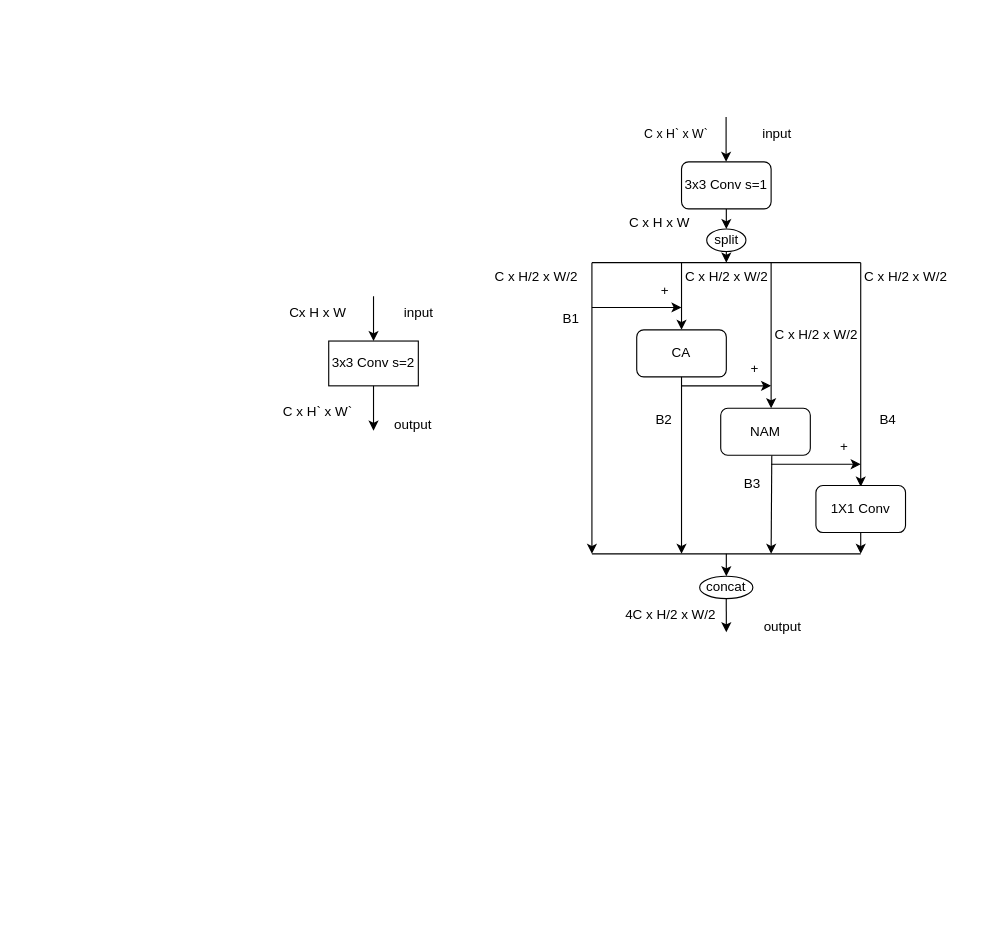
recluse99/tcp_ip keeps this draw.io diagram as Untitled Diagram.drawio. Above is the earlier version. Source tidied: cells renumbered, new cells numbered last; positions are measured from the earlier drawing's top-left corner, leaving out a move shared by most shapes. Both pictures are drawn from the tidied source at 112%, with x=0, y=0 at pixel (267, 116).
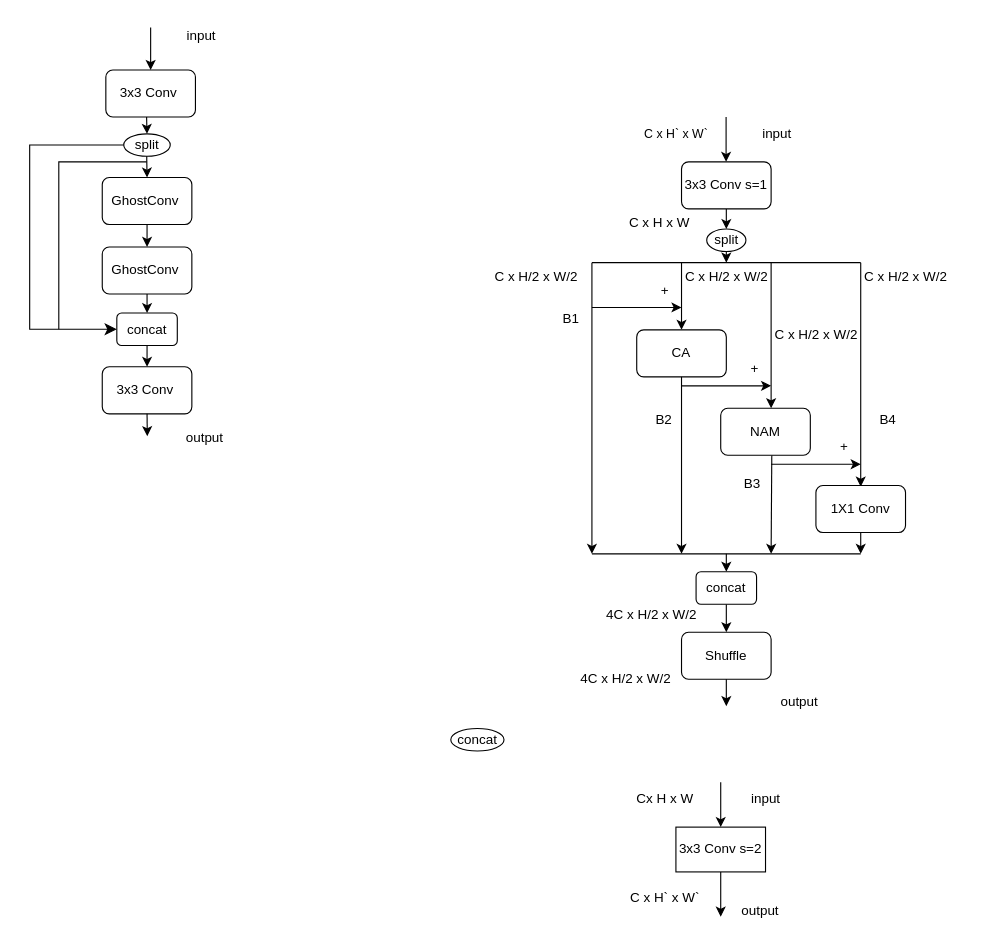
The same page after the edit.

Diff of the diagram source:
```diff
@@
     <mxCell id="2" style="endArrow=classic;html=1;rounded=0;entryX=0.5;entryY=0;entryDx=0;entryDy=0;entryPerimeter=0;" parent="1" edge="1">
       <mxGeometry relative="1" as="geometry">
-        <mxPoint x="95" y="160" as="sourcePoint" />
-        <mxPoint x="95" y="200" as="targetPoint" />
+        <mxPoint x="405" y="594" as="sourcePoint" />
+        <mxPoint x="405" y="634" as="targetPoint" />
       </mxGeometry>
     </mxCell>
     <mxCell id="3" value="3x3 Conv s=2" style="rounded=0;whiteSpace=wrap;html=1;" parent="1" vertex="1">
-      <mxGeometry x="55" y="200" width="80" height="40" as="geometry" />
+      <mxGeometry x="365" y="634" width="80" height="40" as="geometry" />
     </mxCell>
     <mxCell id="4" value="input" style="text;html=1;align=center;verticalAlign=middle;strokeColor=none;fillColor=none;" parent="1" vertex="1">
-      <mxGeometry x="110" y="160" width="50" height="30" as="geometry" />
+      <mxGeometry x="420" y="594" width="50" height="30" as="geometry" />
     </mxCell>
     <mxCell id="5" value="Cx H x W" style="text;html=1;align=center;verticalAlign=middle;strokeColor=none;fillColor=none;" parent="1" vertex="1">
-      <mxGeometry x="10" y="160" width="70" height="30" as="geometry" />
+      <mxGeometry x="320" y="594" width="70" height="30" as="geometry" />
     </mxCell>
     <mxCell id="6" style="endArrow=classic;html=1;rounded=0;exitX=0.5;exitY=1;exitDx=0;exitDy=0;" parent="1" edge="1" source="3">
       <mxGeometry relative="1" as="geometry">
-        <mxPoint x="95" y="280" as="targetPoint" />
+        <mxPoint x="405" y="714" as="targetPoint" />
       </mxGeometry>
     </mxCell>
     <mxCell id="7" value="C x H` x W`" style="text;html=1;align=center;verticalAlign=middle;strokeColor=none;fillColor=none;" parent="1" vertex="1">
-      <mxGeometry y="248" width="90" height="30" as="geometry" />
+      <mxGeometry x="310" y="682" width="90" height="30" as="geometry" />
     </mxCell>
@@
-    <mxCell id="34" style="endArrow=classic;html=1;rounded=0;" parent="1" edge="1">
+    <mxCell id="34" style="endArrow=classic;html=1;rounded=0;entryX=0.5;entryY=0;entryDx=0;entryDy=0;" parent="1" edge="1" target="48">
       <mxGeometry relative="1" as="geometry">
         <mxPoint x="410" y="390" as="sourcePoint" />
-        <mxPoint x="410" y="410" as="targetPoint" />
       </mxGeometry>
     </mxCell>
     <mxCell id="35" value="concat&lt;br&gt;" style="ellipse;whiteSpace=wrap;html=1;" parent="1" vertex="1">
-      <mxGeometry x="386.2" y="410" width="47.5" height="20" as="geometry" />
+      <mxGeometry x="164" y="546" width="47.5" height="20" as="geometry" />
     </mxCell>
-    <mxCell id="36" style="endArrow=classic;html=1;rounded=0;exitX=0.5;exitY=1;exitDx=0;exitDy=0;" parent="1" edge="1" source="35">
-      <mxGeometry relative="1" as="geometry">
-        <mxPoint x="410" y="460" as="targetPoint" />
-      </mxGeometry>
+    <mxCell id="36" style="endArrow=classic;html=1;rounded=0;exitX=0.5;exitY=1;exitDx=0;exitDy=0;entryX=0.5;entryY=0;entryDx=0;entryDy=0;" parent="1" edge="1" source="48" target="49">
+      <mxGeometry relative="1" as="geometry" />
     </mxCell>
     <mxCell id="37" value="4C x H/2 x W/2" style="text;html=1;align=center;verticalAlign=middle;strokeColor=none;fillColor=none;" parent="1" vertex="1">
-      <mxGeometry x="310" y="430" width="100" height="30" as="geometry" />
+      <mxGeometry x="292.5" y="430" width="100" height="30" as="geometry" />
     </mxCell>
     <mxCell id="38" value="output&lt;br&gt;" style="text;html=1;align=center;verticalAlign=middle;strokeColor=none;fillColor=none;" parent="1" vertex="1">
-      <mxGeometry x="430" y="440" width="60" height="30" as="geometry" />
+      <mxGeometry x="445" y="507" width="60" height="30" as="geometry" />
     </mxCell>
     <mxCell id="39" value="output&lt;br&gt;" style="text;html=1;align=center;verticalAlign=middle;strokeColor=none;fillColor=none;" parent="1" vertex="1">
-      <mxGeometry x="100" y="260" width="60" height="30" as="geometry" />
+      <mxGeometry x="410" y="694" width="60" height="30" as="geometry" />
     </mxCell>
@@
+    <mxCell id="48" value="concat" style="rounded=1;whiteSpace=wrap;html=1;" parent="1" vertex="1">
+      <mxGeometry x="383" y="406" width="54" height="29" as="geometry" />
+    </mxCell>
+    <mxCell id="49" value="Shuffle" style="rounded=1;whiteSpace=wrap;html=1;" parent="1" vertex="1">
+      <mxGeometry x="370" y="460" width="80" height="42" as="geometry" />
+    </mxCell>
+    <mxCell id="50" value="4C x H/2 x W/2" style="text;html=1;align=center;verticalAlign=middle;strokeColor=none;fillColor=none;" parent="1" vertex="1">
+      <mxGeometry x="270" y="487" width="100" height="30" as="geometry" />
+    </mxCell>
+    <mxCell id="51" style="endArrow=classic;html=1;rounded=0;exitX=0.5;exitY=1;exitDx=0;exitDy=0;" parent="1" edge="1" source="49">
+      <mxGeometry relative="1" as="geometry">
+        <mxPoint x="410" y="526" as="targetPoint" />
+      </mxGeometry>
+    </mxCell>
+    <mxCell id="52" value="3x3 Conv&amp;nbsp;" style="rounded=1;whiteSpace=wrap;html=1;" parent="1" vertex="1">
+      <mxGeometry x="-144" y="-42" width="80" height="42" as="geometry" />
+    </mxCell>
+    <mxCell id="53" value="split" style="ellipse;whiteSpace=wrap;html=1;" parent="1" vertex="1">
+      <mxGeometry x="-128" y="15" width="41.5" height="20" as="geometry" />
+    </mxCell>
+    <mxCell id="54" style="endArrow=classic;html=1;rounded=0;entryX=0.5;entryY=0;entryDx=0;entryDy=0;" parent="1" edge="1" target="52">
+      <mxGeometry relative="1" as="geometry">
+        <mxPoint x="-104" y="-80" as="sourcePoint" />
+      </mxGeometry>
+    </mxCell>
+    <mxCell id="55" style="endArrow=classic;html=1;rounded=0;entryX=0.5;entryY=0;entryDx=0;entryDy=0;exitX=0.455;exitY=0.997;exitDx=0;exitDy=0;exitPerimeter=0;" parent="1" edge="1" source="52" target="53">
+      <mxGeometry relative="1" as="geometry" />
+    </mxCell>
+    <mxCell id="56" value="GhostConv&amp;nbsp;" style="rounded=1;whiteSpace=wrap;html=1;" parent="1" vertex="1">
+      <mxGeometry x="-147.2" y="54" width="80" height="42" as="geometry" />
+    </mxCell>
+    <mxCell id="57" value="GhostConv&amp;nbsp;" style="rounded=1;whiteSpace=wrap;html=1;" parent="1" vertex="1">
+      <mxGeometry x="-147.2" y="116" width="80" height="42" as="geometry" />
+    </mxCell>
+    <mxCell id="58" value="concat" style="rounded=1;whiteSpace=wrap;html=1;" parent="1" vertex="1">
+      <mxGeometry x="-134.2" y="175" width="54" height="29" as="geometry" />
+    </mxCell>
+    <mxCell id="59" style="endArrow=classic;html=1;rounded=0;entryX=0.5;entryY=0;entryDx=0;entryDy=0;" parent="1" edge="1" target="56">
+      <mxGeometry relative="1" as="geometry">
+        <mxPoint x="-107.5" y="35" as="sourcePoint" />
+      </mxGeometry>
+    </mxCell>
+    <mxCell id="60" style="endArrow=classic;html=1;rounded=0;entryX=0.5;entryY=0;entryDx=0;entryDy=0;exitX=0.5;exitY=1;exitDx=0;exitDy=0;" parent="1" edge="1" source="56" target="57">
+      <mxGeometry relative="1" as="geometry" />
+    </mxCell>
+    <mxCell id="61" style="endArrow=classic;html=1;rounded=0;entryX=0.5;entryY=0;entryDx=0;entryDy=0;exitX=0.5;exitY=1;exitDx=0;exitDy=0;" parent="1" edge="1" source="57" target="58">
+      <mxGeometry relative="1" as="geometry" />
+    </mxCell>
+    <mxCell id="62" value="3x3 Conv&amp;nbsp;" style="rounded=1;whiteSpace=wrap;html=1;" parent="1" vertex="1">
+      <mxGeometry x="-147.2" y="223" width="80" height="42" as="geometry" />
+    </mxCell>
+    <mxCell id="63" style="endArrow=classic;html=1;rounded=0;exitX=0.5;exitY=1;exitDx=0;exitDy=0;entryX=0.5;entryY=0;entryDx=0;entryDy=0;" parent="1" edge="1" source="58" target="62">
+      <mxGeometry relative="1" as="geometry" />
+    </mxCell>
+    <mxCell id="64" value="input" style="text;html=1;align=center;verticalAlign=middle;strokeColor=none;fillColor=none;" parent="1" vertex="1">
+      <mxGeometry x="-84" y="-87" width="50" height="30" as="geometry" />
+    </mxCell>
+    <mxCell id="65" value="output&lt;br&gt;" style="text;html=1;align=center;verticalAlign=middle;strokeColor=none;fillColor=none;" parent="1" vertex="1">
+      <mxGeometry x="-86.5" y="272" width="60" height="30" as="geometry" />
+    </mxCell>
+    <mxCell id="66" style="endArrow=classic;html=1;rounded=0;exitX=0.5;exitY=1;exitDx=0;exitDy=0;" parent="1" edge="1" source="62">
+      <mxGeometry relative="1" as="geometry">
+        <mxPoint x="-107" y="285" as="targetPoint" />
+      </mxGeometry>
+    </mxCell>
+    <mxCell id="67" style="edgeStyle=elbowEdgeStyle;elbow=vertical;endArrow=classic;html=1;curved=0;rounded=0;endSize=8;startSize=8;exitX=0;exitY=0.5;exitDx=0;exitDy=0;entryX=0;entryY=0.5;entryDx=0;entryDy=0;" parent="1" edge="1" source="53" target="58">
+      <mxGeometry relative="1" as="geometry">
+        <Array as="points">
+          <mxPoint x="-212" y="103" />
+        </Array>
+      </mxGeometry>
+    </mxCell>
+    <mxCell id="68" style="shape=partialRectangle;whiteSpace=wrap;html=1;bottom=0;right=0;fillColor=none;" parent="1" vertex="1">
+      <mxGeometry x="-186" y="40" width="78" height="149" as="geometry" />
+    </mxCell>
```
